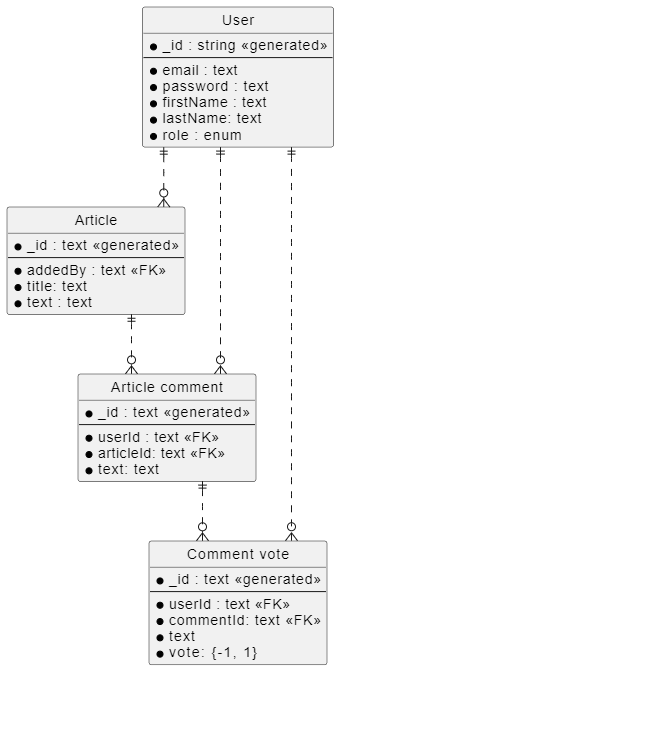
This is backend/uml_design/er_diagram.png from rastislavkopal/applift-blog-app, a PlantUML export, as it was before one commit. Its source is kept beside it as backend/uml_design/er_diagram.puml. The source it was exported from:
```plantuml
@startuml Entity relations
hide circle

skinparam linetype ortho

entity "User" as user {
  *_id : string <<generated>>
  --
  *email : text
  *password : text
  *firstName : text
  *lastName: text
  *role : enum
}

entity "Article" as article {
  *_id : text <<generated>>
  --
  *userId : text <<FK>>
  *title: text
  *text : text
}


entity "Comment" as comment {
  *_id : text <<generated>>
  --
  *userId : text <<FK>>
  *articleId: text <<FK>>
  *commentId: text <<FK>>
  *text: text
}

Entity "Comment vote" as vote {
  *_id : text <<generated>>
  --
  *userId : text <<FK>>
  *commentId: text <<FK>>
  *text
  *vote: {-1, 1}
}

user ||..o{ article
user ||..o{ comment
article ||..o{ comment
comment ||..o{ vote
comment ||..o{ comment
user ||..o{ vote

@enduml
```
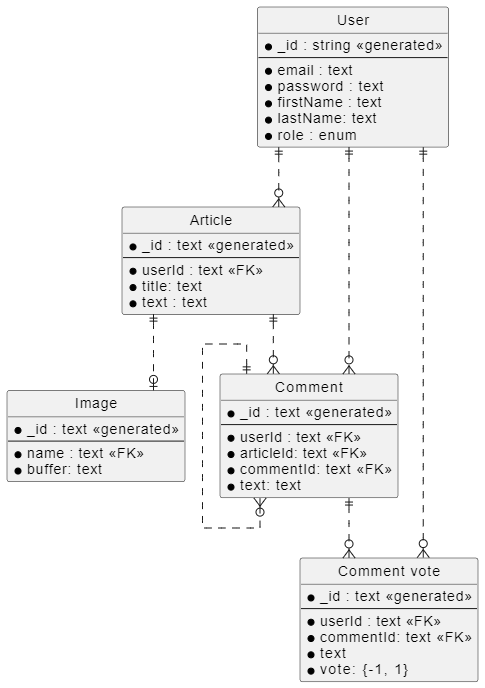
Later version of the same file.

The edit, as a diff of the source:
```diff
@@ -19,6 +19,13 @@
   *userId : text <<FK>>
   *title: text
   *text : text
+}
+
+entity "Image" as image {
+  *_id : text <<generated>>
+  --
+  *name : text <<FK>>
+  *buffer: text
 }
 
 
@@ -43,6 +50,7 @@
 user ||..o{ article
 user ||..o{ comment
 article ||..o{ comment
+article ||..o| image
 comment ||..o{ vote
 comment ||..o{ comment
 user ||..o{ vote
```
